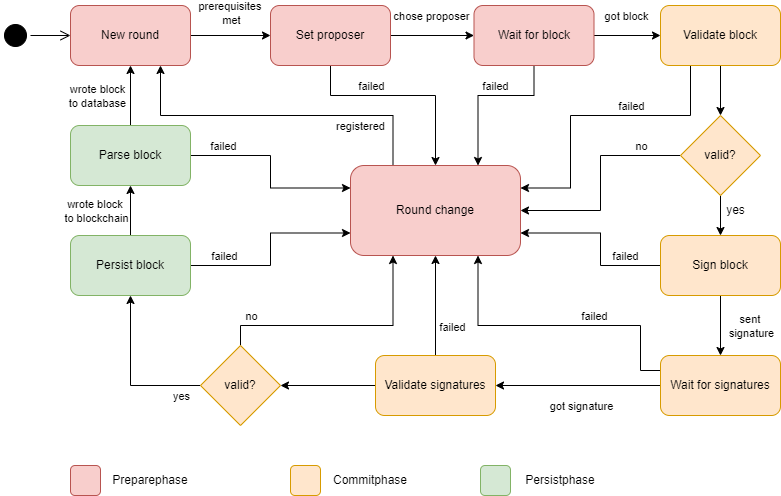
Earlier version of the draw.io export docs/diagrams/round_flow_validator.drawio.png (trustcerts/trustchain-doc). Source tidied: cells renumbered, new cells last; positions are measured from the earlier drawing's top-left corner, leaving out a move shared by most shapes.
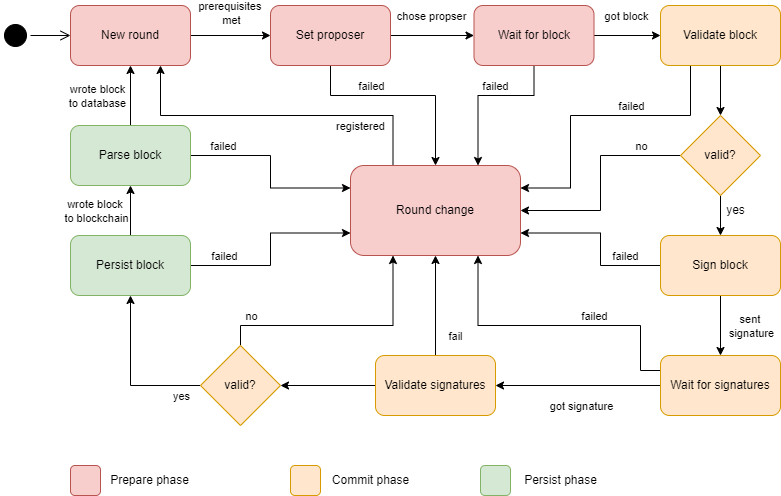
The same file after the commit.

Commit message:
corrected diagrams

Change to the diagram source:
```diff
@@ -60,7 +60,7 @@
     <mxCell id="14" style="edgeStyle=orthogonalEdgeStyle;rounded=0;jettySize=auto;html=1;exitX=1;exitY=0.5;exitDx=0;exitDy=0;" parent="1" edge="1" source="18" target="10">
       <mxGeometry relative="1" as="geometry" />
     </mxCell>
-    <mxCell id="15" value="chose proposer" style="edgeLabel;html=1;align=center;verticalAlign=middle;" parent="14" vertex="1">
+    <mxCell id="15" value="chose propser" style="edgeLabel;html=1;align=center;verticalAlign=middle;" parent="14" vertex="1">
       <mxGeometry x="0.17" relative="1" as="geometry">
         <mxPoint x="-9" y="-20" as="offset" />
       </mxGeometry>
@@ -84,9 +84,9 @@
     <mxCell id="19" style="edgeStyle=orthogonalEdgeStyle;rounded=0;jettySize=auto;html=1;exitX=0.5;exitY=0;exitDx=0;exitDy=0;entryX=0.5;entryY=1;entryDx=0;entryDy=0;" parent="1" edge="1" source="22" target="53">
       <mxGeometry relative="1" as="geometry" />
     </mxCell>
-    <mxCell id="20" value="&lt;br&gt;&lt;br&gt;&lt;span style=&quot;color: rgb(0, 0, 0); font-family: helvetica; font-size: 11px; font-style: normal; font-weight: 400; letter-spacing: normal; text-align: center; text-indent: 0px; text-transform: none; word-spacing: 0px; background-color: rgb(255, 255, 255); display: inline; float: none;&quot;&gt;failed&lt;/span&gt;&lt;br&gt;" style="edgeLabel;html=1;align=center;verticalAlign=middle;labelBackgroundColor=none;" parent="19" vertex="1">
+    <mxCell id="20" value="&#10;&#10;&lt;span style=&quot;color: rgb(0, 0, 0); font-family: helvetica; font-size: 11px; font-style: normal; font-weight: 400; letter-spacing: normal; text-align: center; text-indent: 0px; text-transform: none; word-spacing: 0px; background-color: rgb(255, 255, 255); display: inline; float: none;&quot;&gt;fail&lt;/span&gt;&#10;&#10;" style="edgeLabel;html=1;align=center;verticalAlign=middle;labelBackgroundColor=none;" parent="19" vertex="1">
       <mxGeometry x="-0.72" y="1" relative="1" as="geometry">
-        <mxPoint x="17" y="-28" as="offset" />
+        <mxPoint x="20" y="-6" as="offset" />
       </mxGeometry>
     </mxCell>
     <mxCell id="21" style="edgeStyle=orthogonalEdgeStyle;rounded=0;jettySize=auto;html=1;exitX=0;exitY=0.5;exitDx=0;exitDy=0;entryX=1;entryY=0.5;entryDx=0;entryDy=0;" parent="1" edge="1" source="22" target="41">
@@ -241,14 +241,14 @@
     <mxCell id="55" style="rounded=1;whiteSpace=wrap;html=1;fillColor=#ffe6cc;strokeColor=#d79b00;" parent="1" vertex="1">
       <mxGeometry x="290" y="460" width="30" height="30" as="geometry" />
     </mxCell>
-    <mxCell id="56" value="Preparephase" style="text;html=1;strokeColor=none;fillColor=none;align=center;verticalAlign=middle;whiteSpace=wrap;rounded=0;" parent="1" vertex="1">
-      <mxGeometry x="130" y="465" width="40" height="20" as="geometry" />
+    <mxCell id="56" value="Prepare phase" style="text;html=1;strokeColor=none;fillColor=none;align=center;verticalAlign=middle;whiteSpace=wrap;rounded=0;" parent="1" vertex="1">
+      <mxGeometry x="109" y="465" width="81" height="20" as="geometry" />
     </mxCell>
-    <mxCell id="57" value="Commitphase" style="text;html=1;strokeColor=none;fillColor=none;align=center;verticalAlign=middle;whiteSpace=wrap;rounded=0;" parent="1" vertex="1">
-      <mxGeometry x="350" y="465" width="40" height="20" as="geometry" />
+    <mxCell id="57" value="Commit phase" style="text;html=1;strokeColor=none;fillColor=none;align=center;verticalAlign=middle;whiteSpace=wrap;rounded=0;" parent="1" vertex="1">
+      <mxGeometry x="320" y="465" width="101" height="20" as="geometry" />
     </mxCell>
-    <mxCell id="58" value="Persistphase" style="text;html=1;strokeColor=none;fillColor=none;align=center;verticalAlign=middle;whiteSpace=wrap;rounded=0;" parent="1" vertex="1">
-      <mxGeometry x="540" y="465" width="40" height="20" as="geometry" />
+    <mxCell id="58" value="Persist phase" style="text;html=1;strokeColor=none;fillColor=none;align=center;verticalAlign=middle;whiteSpace=wrap;rounded=0;" parent="1" vertex="1">
+      <mxGeometry x="520" y="465" width="81" height="20" as="geometry" />
     </mxCell>
     <mxCell id="59" style="rounded=1;whiteSpace=wrap;html=1;fillColor=#d5e8d4;strokeColor=#82b366;" parent="1" vertex="1">
       <mxGeometry x="480" y="460" width="30" height="30" as="geometry" />
```
